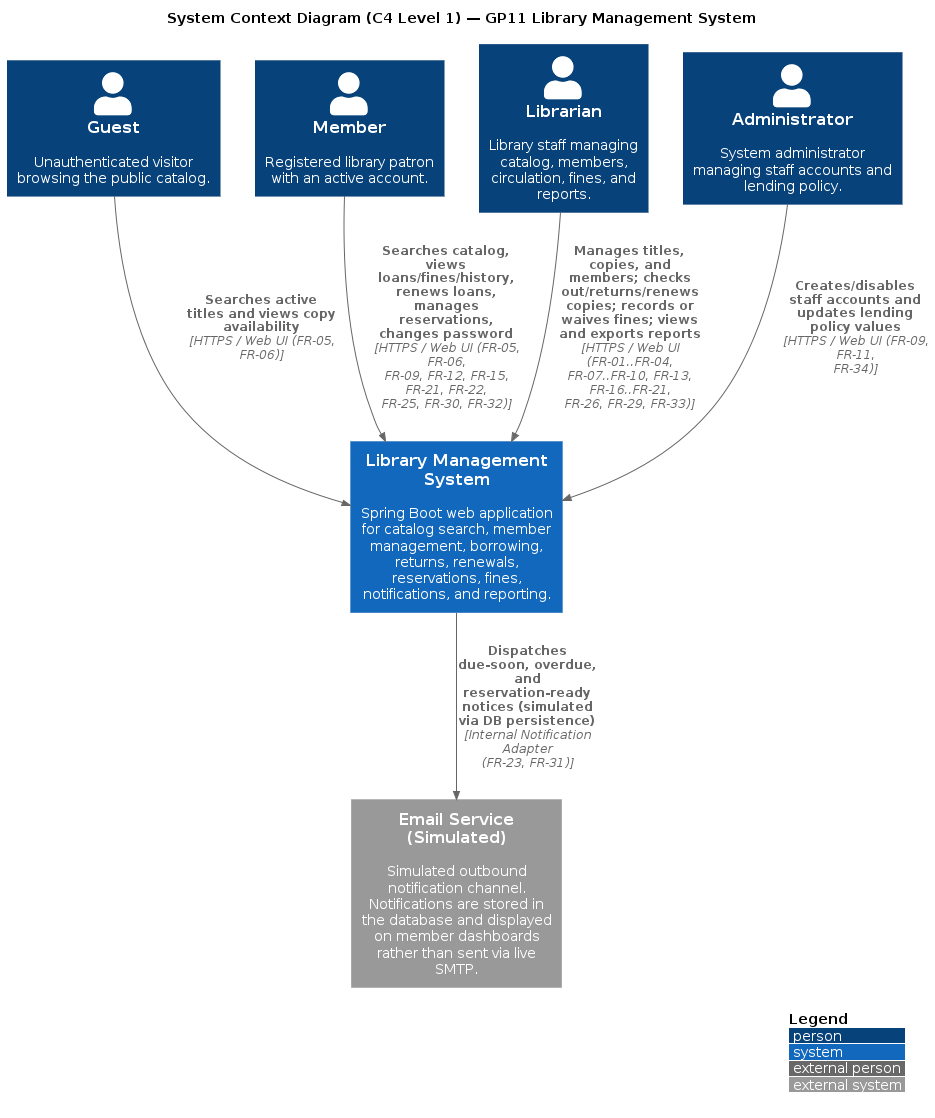
Above: uml/rendered/c4-context.png in yazanamarnehh/GP11-Library-Management-System (PlantUML), before the change. Source of this version:
```plantuml
@startuml
!include https://raw.githubusercontent.com/plantuml-stdlib/C4-PlantUML/master/C4_Context.puml

LAYOUT_WITH_LEGEND()

title System Context Diagram (C4 Level 1) — GP11 Library Management System

Person(guest, "Guest", "Unauthenticated visitor browsing the public catalog.")
Person(member, "Member", "Registered library patron with an active account.")
Person(librarian, "Librarian", "Library staff managing catalog, members, circulation, fines, and reports.")
Person(admin, "Administrator", "System administrator managing staff accounts and lending policy.")

System(lms, "Library Management System", "Spring Boot web application for catalog search, member management, borrowing, returns, renewals, reservations, fines, notifications, and reporting.")

System_Ext(email, "Email Service (Simulated)", "Simulated outbound notification channel. Notifications are stored in the database and displayed on member dashboards rather than sent via live SMTP.")

Rel(guest, lms, "Searches active titles and views copy availability", "HTTPS / Web UI (FR-05, FR-06)")
Rel(member, lms, "Searches catalog, views loans/fines/history, renews loans, manages reservations, changes password", "HTTPS / Web UI (FR-05, FR-06, FR-09, FR-12, FR-15, FR-21, FR-22, FR-25, FR-30, FR-32)")
Rel(librarian, lms, "Manages titles, copies, and members; checks out/returns/renews copies; records or waives fines; views and exports reports", "HTTPS / Web UI (FR-01..FR-04, FR-07..FR-10, FR-13, FR-16..FR-21, FR-26, FR-29, FR-33)")
Rel(admin, lms, "Creates/disables staff accounts and updates lending policy values", "HTTPS / Web UI (FR-09, FR-11, FR-34)")

Rel(lms, email, "Dispatches due-soon, overdue, and reservation-ready notices (simulated via DB persistence)", "Internal Notification Adapter (FR-23, FR-31)")
@enduml
```
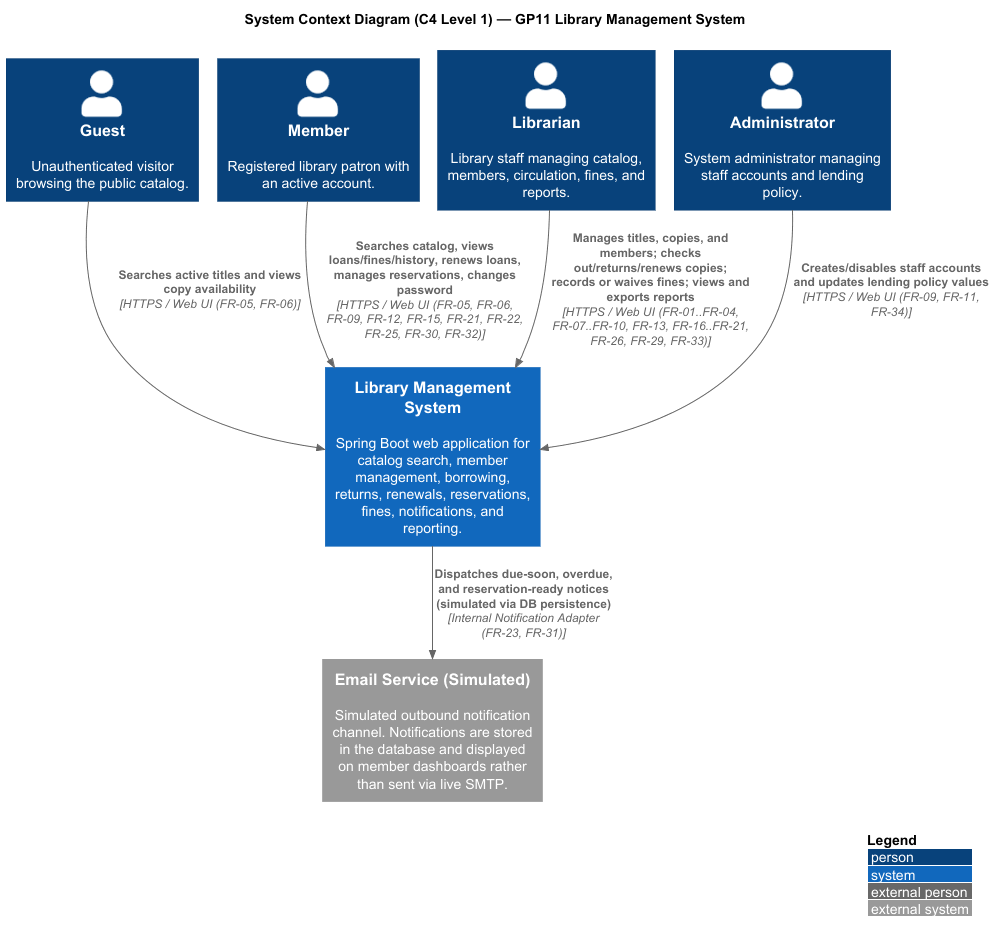
After the change.

Change to the diagram source:
```diff
@@ -1,5 +1,6 @@
-@startuml
-!include https://raw.githubusercontent.com/plantuml-stdlib/C4-PlantUML/master/C4_Context.puml
+@startuml c4-context
+!pragma layout smetana
+!include <C4/C4_Context>
 
 LAYOUT_WITH_LEGEND()
 
@@ -20,4 +21,5 @@
 Rel(admin, lms, "Creates/disables staff accounts and updates lending policy values", "HTTPS / Web UI (FR-09, FR-11, FR-34)")
 
 Rel(lms, email, "Dispatches due-soon, overdue, and reservation-ready notices (simulated via DB persistence)", "Internal Notification Adapter (FR-23, FR-31)")
+
 @enduml
```
